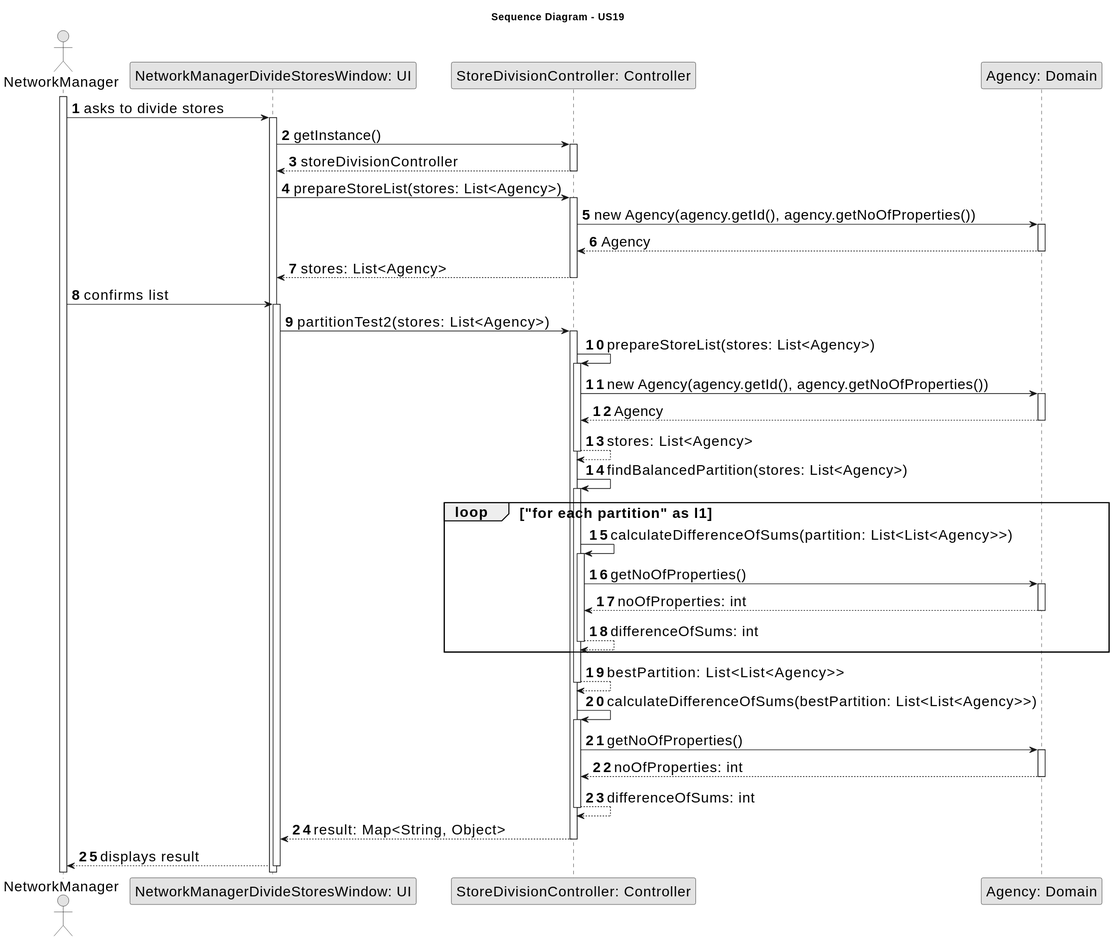
The PlantUML diagram docs/sprintD/us019/03.design/svg/us019-sequence-diagram-full.svg in Goncalves2525/real-estate-management-system, before a commit. The source it was exported from:
```plantuml
@startuml
skinparamlocked defaultFontSize 20
skinparam monochrome true
skinparam packageStyle rectangle
skinparam shadowing false

title Sequence Diagram - US19


autonumber

actor "NetworkManager" as NetworkManager
participant "NetworkManagerDivideStoresWindow: UI" as UI
participant "StoreDivisionController: Controller" as Controller
participant "Agency: Domain" as Agency

activate NetworkManager

NetworkManager -> UI : asks to divide stores
activate UI

UI -> Controller: getInstance()
activate Controller

Controller --> UI : storeDivisionController
deactivate Controller

UI -> Controller : prepareStoreList(stores: List<Agency>)
activate Controller

Controller -> Agency: new Agency(agency.getId(), agency.getNoOfProperties())
activate Agency
Agency --> Controller: Agency
deactivate Agency

Controller --> UI: stores: List<Agency>
deactivate Controller

NetworkManager -> UI : confirms list
activate UI

UI -> Controller : partitionTest2(stores: List<Agency>)
activate Controller

Controller -> Controller: prepareStoreList(stores: List<Agency>)
activate Controller
Controller -> Agency: new Agency(agency.getId(), agency.getNoOfProperties())
activate Agency
Agency --> Controller: Agency
deactivate Agency
Controller --> Controller: stores: List<Agency>
deactivate Controller

Controller -> Controller: findBalancedPartition(stores: List<Agency>)
activate Controller
loop "for each partition" as l1
Controller -> Controller: calculateDifferenceOfSums(partition: List<List<Agency>>)
activate Controller
Controller -> Agency: getNoOfProperties()
activate Agency
Agency --> Controller: noOfProperties: int
deactivate Agency
Controller --> Controller: differenceOfSums: int
deactivate Controller
end
Controller --> Controller: bestPartition: List<List<Agency>>
deactivate Controller

Controller -> Controller: calculateDifferenceOfSums(bestPartition: List<List<Agency>>)
activate Controller
Controller -> Agency: getNoOfProperties()
activate Agency
Agency --> Controller: noOfProperties: int
deactivate Agency
Controller --> Controller: differenceOfSums: int
deactivate Controller

Controller --> UI: result: Map<String, Object>
deactivate Controller

UI --> NetworkManager : displays result
deactivate UI
@enduml
```
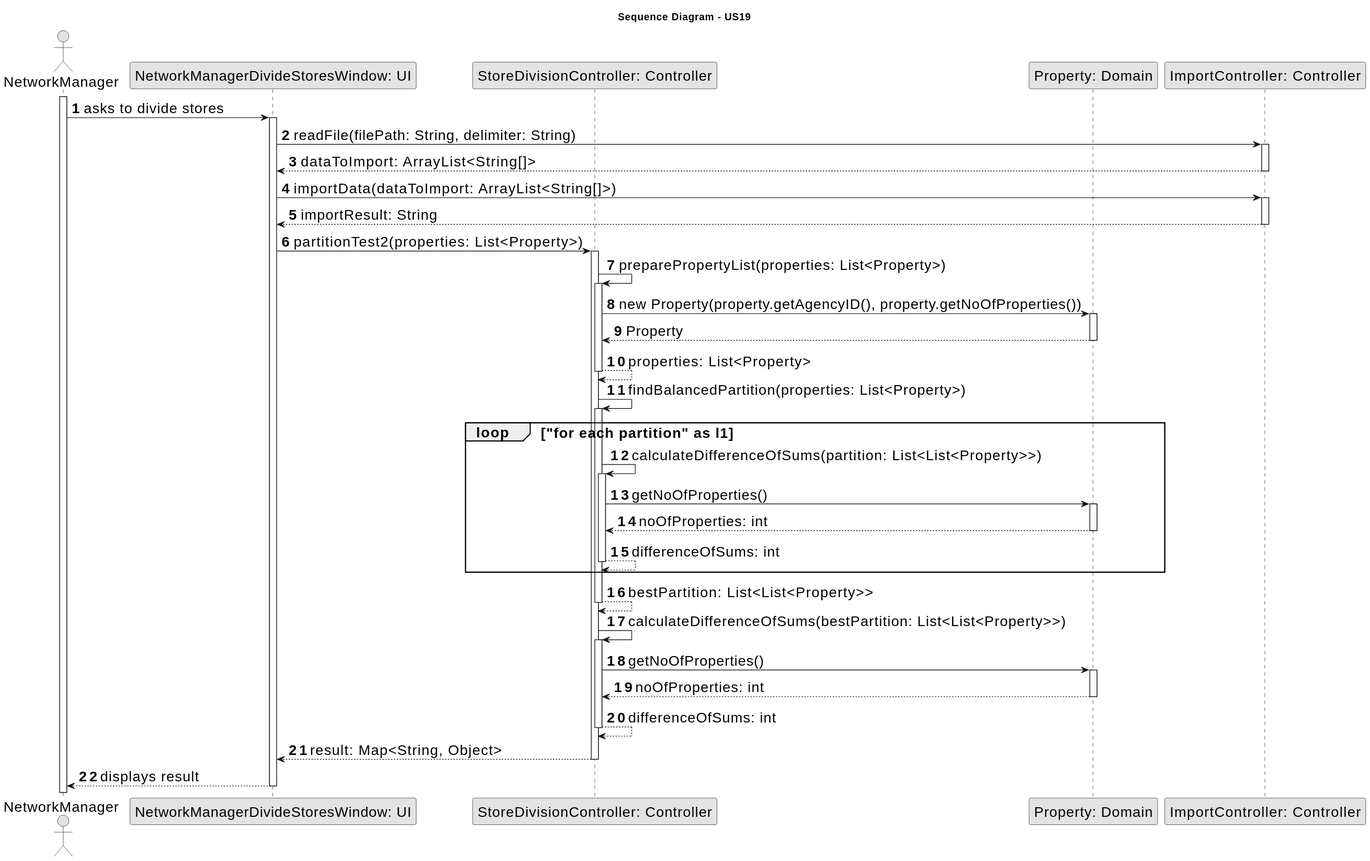
After the change.

Change to the diagram source:
```diff
@@ -6,72 +6,63 @@
 
 title Sequence Diagram - US19
 
-
 autonumber
 
 actor "NetworkManager" as NetworkManager
 participant "NetworkManagerDivideStoresWindow: UI" as UI
 participant "StoreDivisionController: Controller" as Controller
-participant "Agency: Domain" as Agency
+participant "Property: Domain" as Property
+participant "ImportController: Controller" as ImportController
 
 activate NetworkManager
 
 NetworkManager -> UI : asks to divide stores
 activate UI
 
-UI -> Controller: getInstance()
+UI -> ImportController : readFile(filePath: String, delimiter: String)
+activate ImportController
+
+ImportController --> UI : dataToImport: ArrayList<String[]>
+deactivate ImportController
+
+UI -> ImportController : importData(dataToImport: ArrayList<String[]>)
+activate ImportController
+ImportController --> UI : importResult: String
+deactivate ImportController
+
+UI -> Controller : partitionTest2(properties: List<Property>)
 activate Controller
 
-Controller --> UI : storeDivisionController
+Controller -> Controller: preparePropertyList(properties: List<Property>)
+activate Controller
+Controller -> Property: new Property(property.getAgencyID(), property.getNoOfProperties())
+activate Property
+Property --> Controller: Property
+deactivate Property
+Controller --> Controller: properties: List<Property>
 deactivate Controller
 
-UI -> Controller : prepareStoreList(stores: List<Agency>)
-activate Controller
-
-Controller -> Agency: new Agency(agency.getId(), agency.getNoOfProperties())
-activate Agency
-Agency --> Controller: Agency
-deactivate Agency
-
-Controller --> UI: stores: List<Agency>
-deactivate Controller
-
-NetworkManager -> UI : confirms list
-activate UI
-
-UI -> Controller : partitionTest2(stores: List<Agency>)
-activate Controller
-
-Controller -> Controller: prepareStoreList(stores: List<Agency>)
-activate Controller
-Controller -> Agency: new Agency(agency.getId(), agency.getNoOfProperties())
-activate Agency
-Agency --> Controller: Agency
-deactivate Agency
-Controller --> Controller: stores: List<Agency>
-deactivate Controller
-
-Controller -> Controller: findBalancedPartition(stores: List<Agency>)
+Controller -> Controller: findBalancedPartition(properties: List<Property>)
 activate Controller
 loop "for each partition" as l1
-Controller -> Controller: calculateDifferenceOfSums(partition: List<List<Agency>>)
+Controller -> Controller: calculateDifferenceOfSums(partition: List<List<Property>>)
 activate Controller
-Controller -> Agency: getNoOfProperties()
-activate Agency
-Agency --> Controller: noOfProperties: int
-deactivate Agency
+Controller -> Property: getNoOfProperties()
+activate Property
+Property --> Controller: noOfProperties: int
+deactivate Property
 Controller --> Controller: differenceOfSums: int
 deactivate Controller
 end
-Controller --> Controller: bestPartition: List<List<Agency>>
+Controller --> Controller: bestPartition: List<List<Property>>
 deactivate Controller
 
-Controller -> Controller: calculateDifferenceOfSums(bestPartition: List<List<Agency>>)
+Controller -> Controller: calculateDifferenceOfSums(bestPartition: List<List<Property>>)
 activate Controller
-Controller -> Agency: getNoOfProperties()
-activate Agency
-Agency --> Controller: noOfProperties: int
-deactivate Agency
+Controller -> Property: getNoOfProperties()
+activate Property
+Property --> Controller: noOfProperties: int
+deactivate Property
 Controller --> Controller: differenceOfSums: int
 deactivate Controller
 
```
